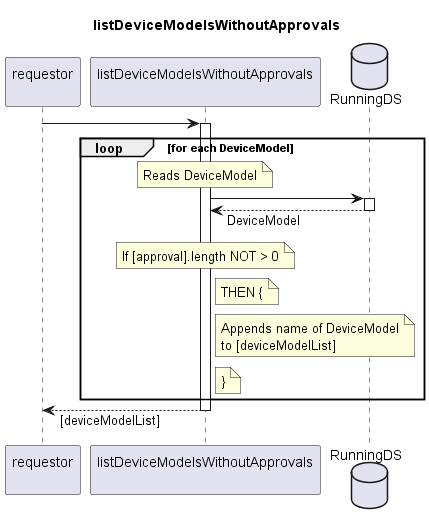
Before: spec/Services/listDeviceModelsWithoutApprovals/1.0.0/listDeviceModelsWithoutApprovals.png, a diagram exported from PlantUML (openBackhaul/FirmWareManager).
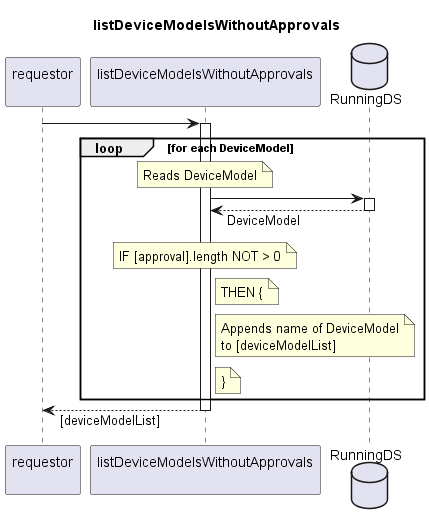
After the change.

What changed in the source:
```diff
@@ -21,7 +21,7 @@
     indServ <-- RunDS: DeviceModel
     deactivate RunDS
     note over indServ
-      If [approval].length NOT > 0
+      IF [approval].length NOT > 0
     end note
     note right indServ
       THEN {
```
